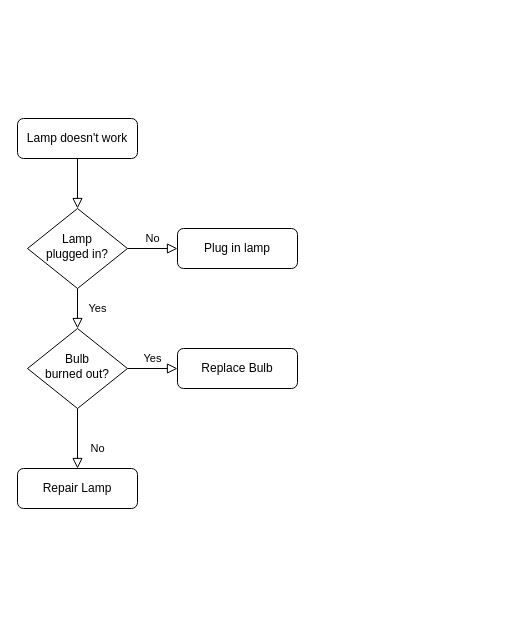
Before: Untitled Diagram.drawio in Screwygosling/Analysis-of-Algorithms, a draw.io diagram. Source tidied: cells renumbered, new cells numbered last; positions are measured from the earlier drawing's top-left corner, leaving out a move shared by most shapes. Both pictures are drawn from the tidied source at 100%, with x=0, y=0 at pixel (17, 118).
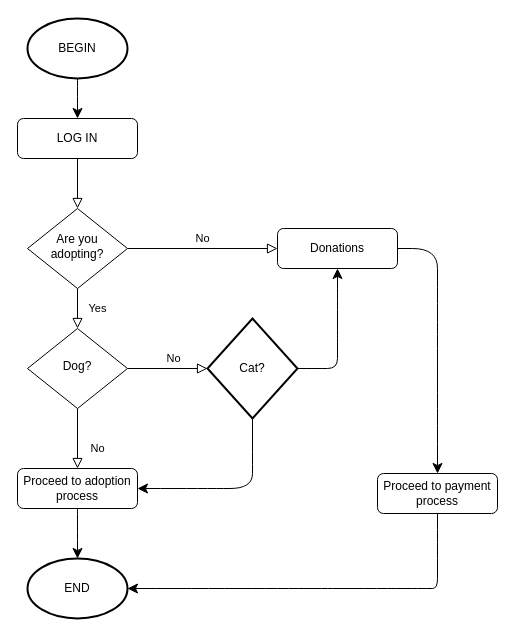
The same page after the edit.

The edit, as a diff of the source:
```diff
@@
-    <mxCell id="3" value="Lamp doesn't work" style="rounded=1;whiteSpace=wrap;html=1;fontSize=12;glass=0;strokeWidth=1;shadow=0;" parent="1" vertex="1">
+    <mxCell id="3" value="LOG IN" style="rounded=1;whiteSpace=wrap;html=1;fontSize=12;glass=0;strokeWidth=1;shadow=0;" parent="1" vertex="1">
       <mxGeometry width="120" height="40" as="geometry" />
     </mxCell>
@@
-    <mxCell id="6" value="Lamp&lt;br&gt;plugged in?" style="rhombus;whiteSpace=wrap;html=1;shadow=0;fontFamily=Helvetica;fontSize=12;align=center;strokeWidth=1;spacing=6;spacingTop=-4;" parent="1" vertex="1">
+    <mxCell id="6" value="Are you adopting?" style="rhombus;whiteSpace=wrap;html=1;shadow=0;fontFamily=Helvetica;fontSize=12;align=center;strokeWidth=1;spacing=6;spacingTop=-4;" parent="1" vertex="1">
       <mxGeometry x="10" y="90" width="100" height="80" as="geometry" />
     </mxCell>
+    <mxCell id="13" style="edgeStyle=none;curved=1;rounded=0;jettySize=auto;html=1;fontSize=12;startSize=8;endSize=8;exitX=1;exitY=0.5;exitDx=0;exitDy=0;" parent="1" edge="1" target="21">
+      <mxGeometry relative="1" as="geometry">
+        <mxPoint x="350" y="130" as="sourcePoint" />
+        <Array as="points">
+          <mxPoint x="370" y="130" />
+          <mxPoint x="420" y="130" />
+          <mxPoint x="420" y="170" />
+          <mxPoint x="420" y="200" />
+          <mxPoint x="420" y="260" />
+        </Array>
+      </mxGeometry>
+    </mxCell>
-    <mxCell id="7" value="Plug in lamp" style="rounded=1;whiteSpace=wrap;html=1;fontSize=12;glass=0;strokeWidth=1;shadow=0;" parent="1" vertex="1">
-      <mxGeometry x="160" y="110" width="120" height="40" as="geometry" />
+    <mxCell id="7" value="Donations" style="rounded=1;whiteSpace=wrap;html=1;fontSize=12;glass=0;strokeWidth=1;shadow=0;" parent="1" vertex="1">
+      <mxGeometry x="260" y="110" width="120" height="40" as="geometry" />
     </mxCell>
@@
-    <mxCell id="9" value="Yes" style="edgeStyle=orthogonalEdgeStyle;rounded=0;html=1;jettySize=auto;fontSize=11;endArrow=block;endFill=0;endSize=8;strokeWidth=1;shadow=0;labelBackgroundColor=none;" parent="1" edge="1" source="10" target="12">
-      <mxGeometry y="10" relative="1" as="geometry" />
+    <mxCell id="9" value="No" style="edgeStyle=orthogonalEdgeStyle;rounded=0;html=1;jettySize=auto;fontSize=11;endArrow=block;endFill=0;endSize=8;strokeWidth=1;shadow=0;labelBackgroundColor=none;entryX=0;entryY=0.5;entryDx=0;entryDy=0;entryPerimeter=0;" parent="1" edge="1" source="10" target="19">
+      <mxGeometry x="0.14" y="10" relative="1" as="geometry" />
     </mxCell>
-    <mxCell id="10" value="Bulb&lt;br&gt;burned out?" style="rhombus;whiteSpace=wrap;html=1;shadow=0;fontFamily=Helvetica;fontSize=12;align=center;strokeWidth=1;spacing=6;spacingTop=-4;" parent="1" vertex="1">
+    <mxCell id="10" value="Dog?" style="rhombus;whiteSpace=wrap;html=1;shadow=0;fontFamily=Helvetica;fontSize=12;align=center;strokeWidth=1;spacing=6;spacingTop=-4;" parent="1" vertex="1">
       <mxGeometry x="10" y="210" width="100" height="80" as="geometry" />
     </mxCell>
+    <mxCell id="14" style="edgeStyle=none;curved=1;rounded=0;jettySize=auto;html=1;fontSize=12;startSize=8;endSize=8;entryX=0.5;entryY=0;entryDx=0;entryDy=0;entryPerimeter=0;" parent="1" edge="1" source="11" target="20">
+      <mxGeometry relative="1" as="geometry" />
+    </mxCell>
-    <mxCell id="11" value="Repair Lamp" style="rounded=1;whiteSpace=wrap;html=1;fontSize=12;glass=0;strokeWidth=1;shadow=0;" parent="1" vertex="1">
+    <mxCell id="11" value="Proceed to adoption process" style="rounded=1;whiteSpace=wrap;html=1;fontSize=12;glass=0;strokeWidth=1;shadow=0;" parent="1" vertex="1">
       <mxGeometry y="350" width="120" height="40" as="geometry" />
     </mxCell>
-    <mxCell id="12" value="Replace Bulb" style="rounded=1;whiteSpace=wrap;html=1;fontSize=12;glass=0;strokeWidth=1;shadow=0;" parent="1" vertex="1">
-      <mxGeometry x="160" y="230" width="120" height="40" as="geometry" />
-    </mxCell>
+    <mxCell id="15" style="edgeStyle=none;curved=1;rounded=0;jettySize=auto;html=1;entryX=0.5;entryY=0;entryDx=0;entryDy=0;fontSize=12;startSize=8;endSize=8;" parent="1" edge="1" source="16" target="3">
+      <mxGeometry relative="1" as="geometry" />
+    </mxCell>
+    <mxCell id="16" value="BEGIN" style="strokeWidth=2;html=1;shape=mxgraph.flowchart.start_1;whiteSpace=wrap;" parent="1" vertex="1">
+      <mxGeometry x="10" y="-100" width="100" height="60" as="geometry" />
+    </mxCell>
+    <mxCell id="17" style="edgeStyle=none;curved=1;rounded=0;jettySize=auto;html=1;fontSize=12;startSize=8;endSize=8;entryX=1;entryY=0.5;entryDx=0;entryDy=0;exitX=0.5;exitY=1;exitDx=0;exitDy=0;exitPerimeter=0;" parent="1" edge="1" source="19" target="11">
+      <mxGeometry relative="1" as="geometry">
+        <Array as="points">
+          <mxPoint x="235" y="340" />
+          <mxPoint x="235" y="370" />
+          <mxPoint x="190" y="370" />
+        </Array>
+      </mxGeometry>
+    </mxCell>
+    <mxCell id="18" style="edgeStyle=none;curved=1;rounded=0;jettySize=auto;html=1;fontSize=12;startSize=8;endSize=8;entryX=0.5;entryY=1;entryDx=0;entryDy=0;exitX=1;exitY=0.5;exitDx=0;exitDy=0;exitPerimeter=0;" parent="1" edge="1" source="19" target="7">
+      <mxGeometry relative="1" as="geometry">
+        <Array as="points">
+          <mxPoint x="300" y="250" />
+          <mxPoint x="320" y="250" />
+          <mxPoint x="320" y="230" />
+          <mxPoint x="320" y="210" />
+        </Array>
+      </mxGeometry>
+    </mxCell>
+    <mxCell id="19" value="Cat?" style="strokeWidth=2;html=1;shape=mxgraph.flowchart.decision;whiteSpace=wrap;" parent="1" vertex="1">
+      <mxGeometry x="190" y="200" width="90" height="100" as="geometry" />
+    </mxCell>
+    <mxCell id="20" value="END" style="strokeWidth=2;html=1;shape=mxgraph.flowchart.start_1;whiteSpace=wrap;" parent="1" vertex="1">
+      <mxGeometry x="10" y="440" width="100" height="60" as="geometry" />
+    </mxCell>
+    <mxCell id="21" value="Proceed to payment process" style="rounded=1;whiteSpace=wrap;html=1;fontSize=12;glass=0;strokeWidth=1;shadow=0;" parent="1" vertex="1">
+      <mxGeometry x="360" y="355" width="120" height="40" as="geometry" />
+    </mxCell>
+    <mxCell id="22" style="edgeStyle=none;curved=1;rounded=0;jettySize=auto;html=1;entryX=1;entryY=0.5;entryDx=0;entryDy=0;entryPerimeter=0;fontSize=12;startSize=8;endSize=8;" parent="1" edge="1" source="21" target="20">
+      <mxGeometry relative="1" as="geometry">
+        <Array as="points">
+          <mxPoint x="420" y="430" />
+          <mxPoint x="420" y="450" />
+          <mxPoint x="420" y="470" />
+          <mxPoint x="410" y="470" />
+          <mxPoint x="390" y="470" />
+          <mxPoint x="350" y="470" />
+          <mxPoint x="280" y="470" />
+        </Array>
+      </mxGeometry>
+    </mxCell>
```
